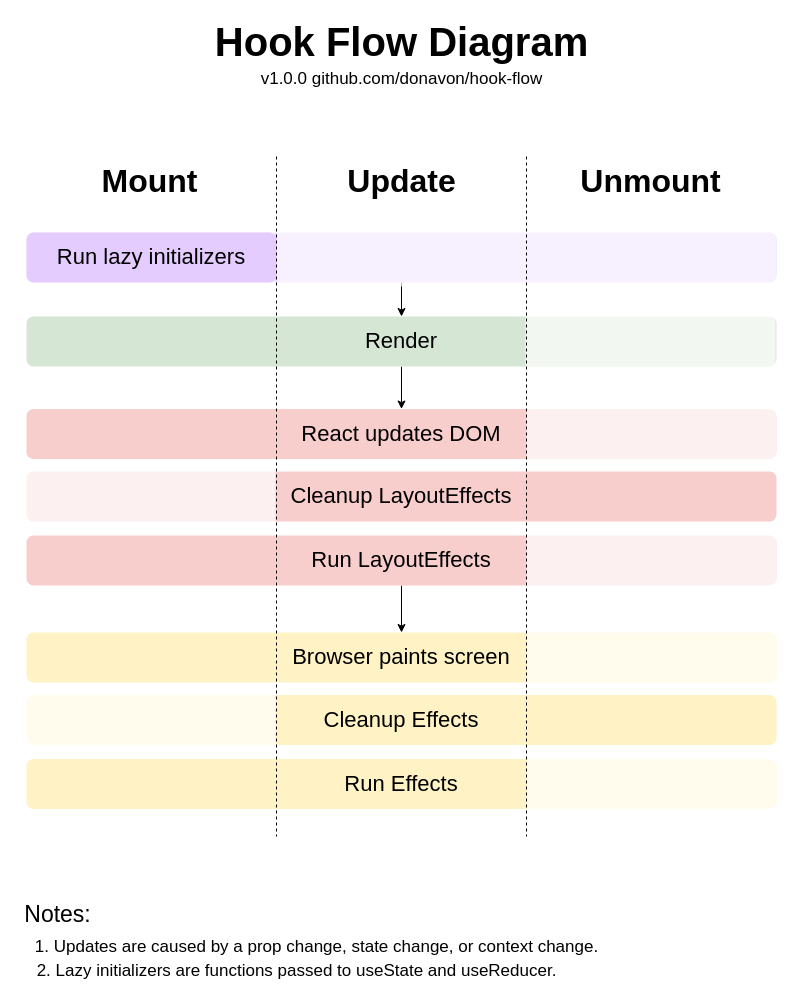
Above: hook-flow.drawio in donavon/hook-flow (draw.io), before the change. Source tidied: cells renumbered, new cells numbered last; positions are measured from the earlier drawing's top-left corner, leaving out a move shared by most shapes. Both pictures are drawn from the tidied source at 100%, with x=0, y=0 at pixel (16, 26).
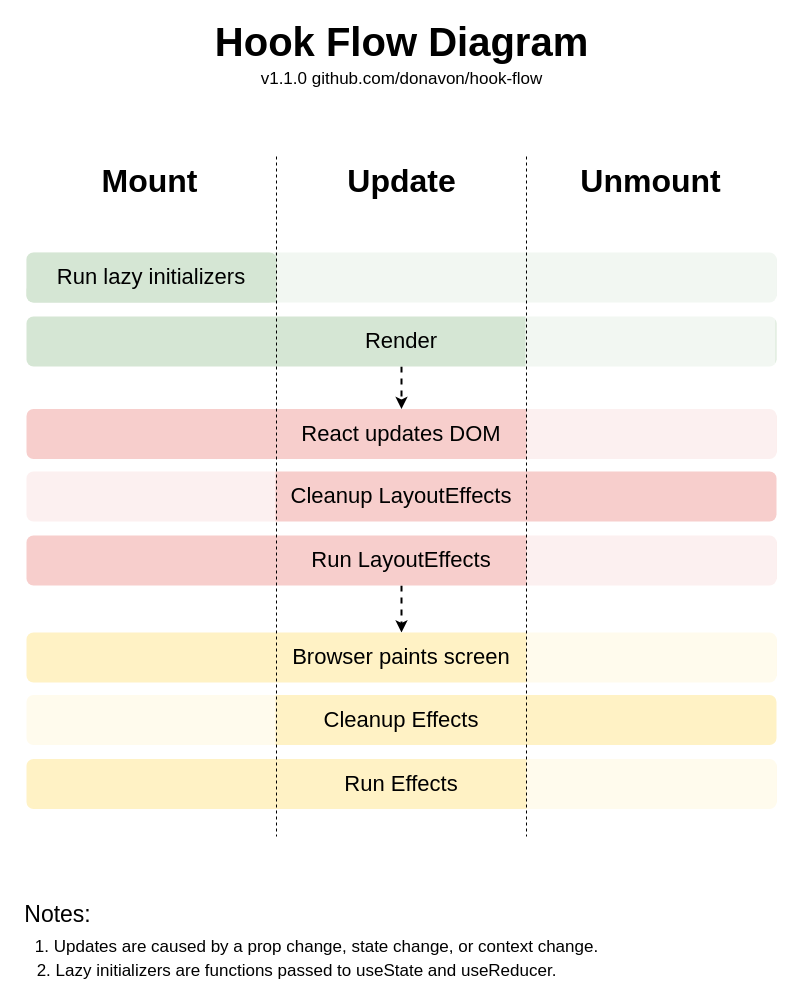
The same diagram, later.

Unchanged cells that the change refers to:
```xml
<mxCell id="5" value="&lt;font style=&quot;font-size: 22px&quot;&gt;Render&lt;/font&gt;" style="rounded=1;whiteSpace=wrap;html=1;absoluteArcSize=1;arcSize=14;strokeWidth=2;fontSize=17;fillColor=#d5e6d4;strokeColor=none;" parent="1" vertex="1">
  <mxGeometry x="10" y="290" width="750" height="50" as="geometry" />
</mxCell>
<mxCell id="11" value="&lt;font style=&quot;font-size: 22px&quot;&gt;React updates DOM&lt;/font&gt;" style="rounded=1;whiteSpace=wrap;html=1;absoluteArcSize=1;arcSize=14;strokeWidth=2;fontSize=17;fillColor=#f7cecc;strokeColor=none;" parent="1" vertex="1">
  <mxGeometry x="10" y="382.5" width="750" height="50" as="geometry" />
</mxCell>
<mxCell id="16" value="&lt;font style=&quot;font-size: 22px&quot;&gt;Run LayoutEffects&lt;/font&gt;" style="rounded=1;whiteSpace=wrap;html=1;absoluteArcSize=1;arcSize=14;strokeWidth=2;fontSize=17;fillColor=#f7cecc;strokeColor=none;" parent="1" vertex="1">
  <mxGeometry x="10" y="509" width="750" height="50" as="geometry" />
</mxCell>
<mxCell id="23" value="&lt;font style=&quot;font-size: 22px&quot;&gt;Browser paints screen&lt;/font&gt;" style="rounded=1;whiteSpace=wrap;html=1;absoluteArcSize=1;arcSize=14;strokeWidth=2;fontSize=17;fillColor=#fff2c5;strokeColor=none;" parent="1" vertex="1">
  <mxGeometry x="10" y="606" width="750" height="50" as="geometry" />
</mxCell>
```

Diff of the diagram source:
```diff
@@
-    <mxCell id="4" style="edgeStyle=orthogonalEdgeStyle;rounded=0;jettySize=auto;html=1;exitX=0.5;exitY=1;exitDx=0;exitDy=0;entryX=0.5;entryY=0;entryDx=0;entryDy=0;fontSize=32;" parent="1" edge="1" source="5" target="11">
+    <mxCell id="4" style="edgeStyle=orthogonalEdgeStyle;rounded=0;jettySize=auto;html=1;exitX=0.5;exitY=1;exitDx=0;exitDy=0;entryX=0.5;entryY=0;entryDx=0;entryDy=0;fontSize=32;dashed=1;strokeWidth=2;" parent="1" edge="1" source="5" target="11">
       <mxGeometry relative="1" as="geometry" />
     </mxCell>
@@
-    <mxCell id="6" value="v1.0.0 github.com/donavon/hook-flow&lt;br&gt;" style="text;html=1;align=center;verticalAlign=middle;fillColor=none;strokeColor=none;rounded=0;fontSize=17;" parent="1" vertex="1">
+    <mxCell id="6" value="v1.1.0 github.com/donavon/hook-flow&lt;br&gt;" style="text;html=1;align=center;verticalAlign=middle;fillColor=none;strokeColor=none;rounded=0;fontSize=17;" parent="1" vertex="1">
       <mxGeometry x="235" y="38" width="300" height="30" as="geometry" />
     </mxCell>
@@
-    <mxCell id="15" style="edgeStyle=orthogonalEdgeStyle;rounded=0;jettySize=auto;html=1;exitX=0.5;exitY=1;exitDx=0;exitDy=0;entryX=0.5;entryY=0;entryDx=0;entryDy=0;fontSize=32;" parent="1" edge="1" source="16" target="23">
+    <mxCell id="15" style="edgeStyle=orthogonalEdgeStyle;rounded=0;jettySize=auto;html=1;exitX=0.5;exitY=1;exitDx=0;exitDy=0;entryX=0.5;entryY=0;entryDx=0;entryDy=0;fontSize=32;dashed=1;strokeWidth=2;" parent="1" edge="1" source="16" target="23">
       <mxGeometry relative="1" as="geometry" />
     </mxCell>
@@
-    <mxCell id="18" style="edgeStyle=orthogonalEdgeStyle;rounded=0;jettySize=auto;html=1;exitX=0.5;exitY=1;exitDx=0;exitDy=0;entryX=0.5;entryY=0;entryDx=0;entryDy=0;fontSize=32;" parent="1" edge="1" source="19" target="5">
-      <mxGeometry relative="1" as="geometry" />
-    </mxCell>
-    <mxCell id="19" style="rounded=1;whiteSpace=wrap;html=1;absoluteArcSize=1;arcSize=14;strokeWidth=2;fontSize=17;fillColor=#E5CCFF;strokeColor=none;" parent="1" vertex="1">
-      <mxGeometry x="10" y="206" width="750" height="50" as="geometry" />
+    <mxCell id="19" style="rounded=1;whiteSpace=wrap;html=1;absoluteArcSize=1;arcSize=14;strokeWidth=2;fontSize=17;fillColor=#D5E6D4;strokeColor=none;" parent="1" vertex="1">
+      <mxGeometry x="10" y="226" width="750" height="50" as="geometry" />
     </mxCell>
@@
     <mxCell id="21" style="whiteSpace=wrap;html=1;strokeColor=none;fillColor=#FFFFFF;fontSize=17;opacity=70;" parent="1" vertex="1">
-      <mxGeometry x="260" y="199" width="500" height="61" as="geometry" />
+      <mxGeometry x="260" y="219" width="500" height="61" as="geometry" />
     </mxCell>
-    <mxCell id="22" value="&lt;font style=&quot;font-size: 22px&quot;&gt;Run lazy initializers&lt;/font&gt;" style="rounded=1;whiteSpace=wrap;html=1;absoluteArcSize=1;arcSize=14;strokeWidth=2;fontSize=17;fillColor=#E5CCFF;strokeColor=none;" parent="1" vertex="1">
-      <mxGeometry x="10" y="206" width="250" height="50" as="geometry" />
+    <mxCell id="22" value="&lt;font style=&quot;font-size: 22px&quot;&gt;Run lazy initializers&lt;/font&gt;" style="rounded=1;whiteSpace=wrap;html=1;absoluteArcSize=1;arcSize=14;strokeWidth=2;fontSize=17;fillColor=#D5E6D4;strokeColor=none;" parent="1" vertex="1">
+      <mxGeometry x="10" y="226" width="250" height="50" as="geometry" />
     </mxCell>
```
